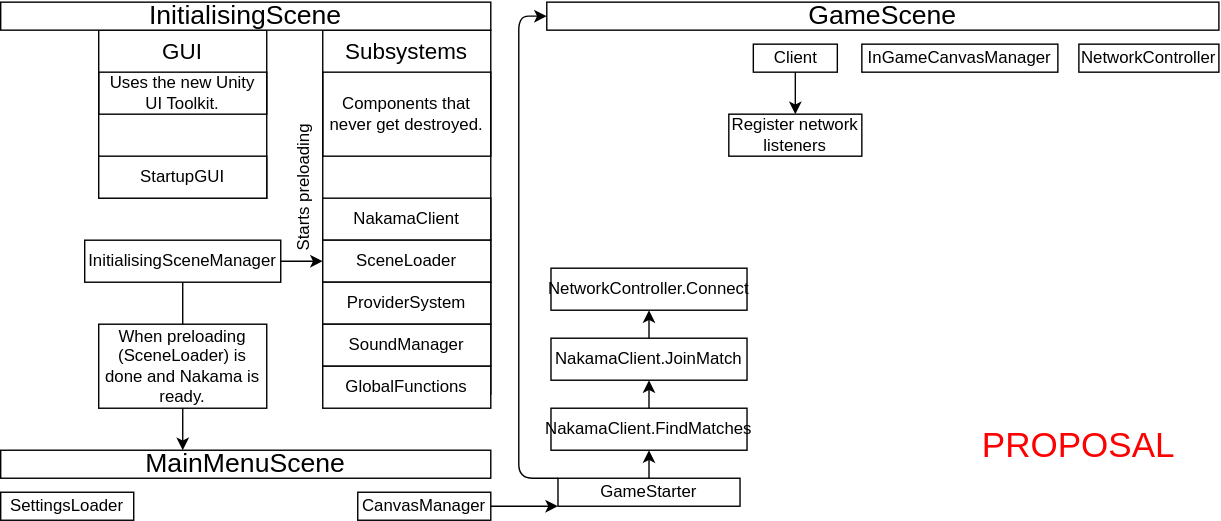
This is documentation/res/ClientArchitecture.drawio.svg from OpenHellion/openhellion.github.io, a draw.io export, as it was before one commit. Source tidied: cells renumbered, new cells last; positions are measured from the earlier drawing's top-left corner, leaving out a move shared by most shapes.
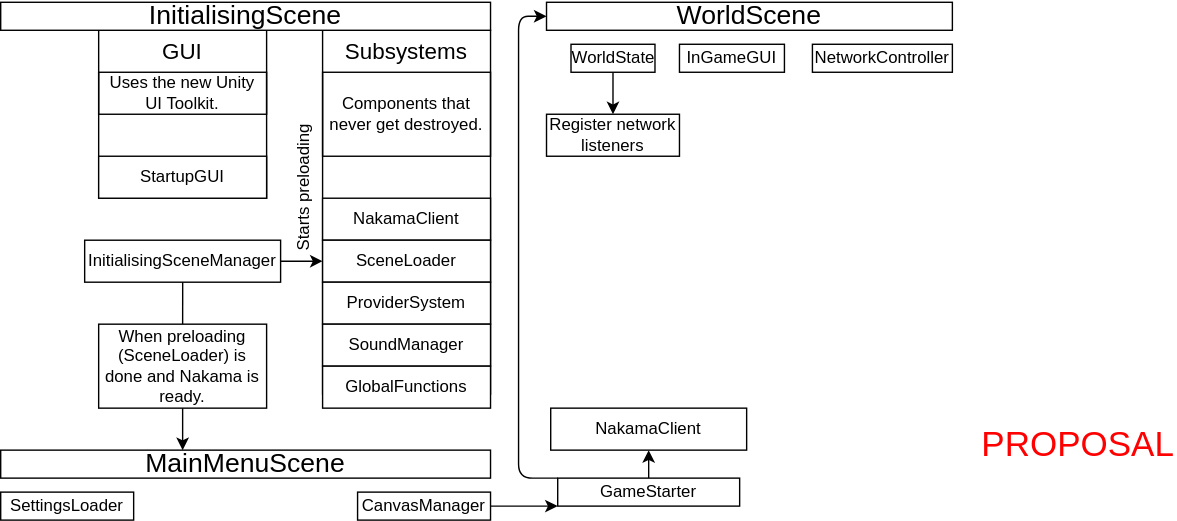
The same diagram one commit later.

Change to the diagram source:
```diff
@@ -44,8 +44,8 @@
     <mxCell id="15" value="&lt;div style=&quot;font-size: 18px;&quot;&gt;&lt;font style=&quot;font-size: 16px;&quot;&gt;GUI&lt;/font&gt;&lt;/div&gt;" style="text;html=1;strokeColor=none;fillColor=none;align=center;verticalAlign=middle;whiteSpace=wrap;rounded=0;" parent="1" vertex="1">
       <mxGeometry x="70" y="20" width="120" height="30" as="geometry" />
     </mxCell>
-    <mxCell id="16" value="&lt;font style=&quot;font-size: 19px;&quot;&gt;GameScene&lt;/font&gt;" style="rounded=0;whiteSpace=wrap;html=1;" parent="1" vertex="1">
-      <mxGeometry x="390" width="480" height="20" as="geometry" />
+    <mxCell id="16" value="&lt;span style=&quot;font-size: 19px;&quot;&gt;WorldScene&lt;/span&gt;" style="rounded=0;whiteSpace=wrap;html=1;" parent="1" vertex="1">
+      <mxGeometry x="390" width="290" height="20" as="geometry" />
     </mxCell>
     <mxCell id="17" value="&lt;font style=&quot;font-size: 25px;&quot; color=&quot;#ff0000&quot;&gt;PROPOSAL&lt;/font&gt;" style="text;html=1;strokeColor=none;fillColor=none;align=center;verticalAlign=middle;whiteSpace=wrap;rounded=0;" parent="1" vertex="1">
       <mxGeometry x="700" y="300" width="140" height="30" as="geometry" />
@@ -53,8 +53,8 @@
     <mxCell id="18" style="edgeStyle=none;html=1;exitX=0.5;exitY=1;exitDx=0;exitDy=0;entryX=0.5;entryY=0;entryDx=0;entryDy=0;" parent="1" edge="1" source="19" target="24">
       <mxGeometry relative="1" as="geometry" />
     </mxCell>
-    <mxCell id="19" value="&lt;div&gt;&lt;font style=&quot;font-size: 12px;&quot;&gt;Client&lt;/font&gt;&lt;/div&gt;" style="rounded=0;whiteSpace=wrap;html=1;" parent="1" vertex="1">
-      <mxGeometry x="537.5" y="30" width="60" height="20" as="geometry" />
+    <mxCell id="19" value="&lt;div&gt;&lt;font style=&quot;font-size: 12px;&quot;&gt;WorldState&lt;/font&gt;&lt;/div&gt;" style="rounded=0;whiteSpace=wrap;html=1;" parent="1" vertex="1">
+      <mxGeometry x="407.5" y="30" width="60" height="20" as="geometry" />
     </mxCell>
     <mxCell id="20" style="edgeStyle=orthogonalEdgeStyle;rounded=1;jettySize=auto;html=1;entryX=0.5;entryY=0;entryDx=0;entryDy=0;endArrow=none;" parent="1" edge="1" source="12" target="22">
       <mxGeometry relative="1" as="geometry" />
@@ -71,7 +71,7 @@
       <mxGeometry x="165" y="125" width="100" height="15" as="geometry" />
     </mxCell>
     <mxCell id="24" value="&lt;div&gt;&lt;font style=&quot;font-size: 12px;&quot;&gt;Register network listeners&lt;/font&gt;&lt;/div&gt;" style="rounded=0;whiteSpace=wrap;html=1;" parent="1" vertex="1">
-      <mxGeometry x="520" y="80" width="95" height="30" as="geometry" />
+      <mxGeometry x="390" y="80" width="95" height="30" as="geometry" />
     </mxCell>
     <mxCell id="25" style="edgeStyle=orthogonalEdgeStyle;html=1;exitX=0;exitY=0;exitDx=0;exitDy=0;entryX=0;entryY=0.5;entryDx=0;entryDy=0;" parent="1" edge="1" source="27" target="16">
       <mxGeometry relative="1" as="geometry">
@@ -87,21 +87,9 @@
     <mxCell id="27" value="&lt;font style=&quot;font-size: 12px;&quot;&gt;GameStarter&lt;/font&gt;" style="rounded=0;whiteSpace=wrap;html=1;" parent="1" vertex="1">
       <mxGeometry x="398" y="340" width="130" height="20" as="geometry" />
     </mxCell>
-    <mxCell id="28" style="edgeStyle=none;html=1;exitX=0.5;exitY=0;exitDx=0;exitDy=0;entryX=0.5;entryY=1;entryDx=0;entryDy=0;" parent="1" edge="1" source="29" target="32">
-      <mxGeometry relative="1" as="geometry" />
-    </mxCell>
-    <mxCell id="29" value="NakamaClient.FindMatches" style="rounded=0;whiteSpace=wrap;html=1;" parent="1" vertex="1">
+    <mxCell id="29" value="NakamaClient" style="rounded=0;whiteSpace=wrap;html=1;" parent="1" vertex="1">
       <mxGeometry x="393" y="290" width="140" height="30" as="geometry" />
     </mxCell>
-    <mxCell id="30" value="NetworkController.Connect" style="rounded=0;whiteSpace=wrap;html=1;" parent="1" vertex="1">
-      <mxGeometry x="393" y="190" width="140" height="30" as="geometry" />
-    </mxCell>
-    <mxCell id="31" style="edgeStyle=none;html=1;exitX=0.5;exitY=0;exitDx=0;exitDy=0;entryX=0.5;entryY=1;entryDx=0;entryDy=0;" parent="1" edge="1" source="32" target="30">
-      <mxGeometry relative="1" as="geometry" />
-    </mxCell>
-    <mxCell id="32" value="NakamaClient.JoinMatch" style="rounded=0;whiteSpace=wrap;html=1;" parent="1" vertex="1">
-      <mxGeometry x="393" y="240" width="140" height="30" as="geometry" />
-    </mxCell>
     <mxCell id="33" value="&lt;div&gt;&lt;font style=&quot;font-size: 12px;&quot;&gt;SettingsLoader&lt;/font&gt;&lt;/div&gt;" style="rounded=0;whiteSpace=wrap;html=1;" parent="1" vertex="1">
       <mxGeometry y="350" width="95" height="20" as="geometry" />
     </mxCell>
@@ -111,14 +99,14 @@
     <mxCell id="35" value="&lt;div&gt;&lt;font style=&quot;font-size: 12px;&quot;&gt;CanvasManager&lt;/font&gt;&lt;/div&gt;" style="rounded=0;whiteSpace=wrap;html=1;" parent="1" vertex="1">
       <mxGeometry x="255" y="350" width="95" height="20" as="geometry" />
     </mxCell>
-    <mxCell id="36" value="&lt;div&gt;&lt;font style=&quot;font-size: 12px;&quot;&gt;InGameCanvasManager&lt;/font&gt;&lt;/div&gt;" style="rounded=0;whiteSpace=wrap;html=1;" parent="1" vertex="1">
-      <mxGeometry x="615" y="30" width="140" height="20" as="geometry" />
+    <mxCell id="36" value="&lt;div&gt;&lt;font style=&quot;font-size: 12px;&quot;&gt;InGameGUI&lt;/font&gt;&lt;/div&gt;" style="rounded=0;whiteSpace=wrap;html=1;" parent="1" vertex="1">
+      <mxGeometry x="485" y="30" width="75" height="20" as="geometry" />
     </mxCell>
     <mxCell id="37" value="SoundManager" style="rounded=0;whiteSpace=wrap;html=1;" parent="1" vertex="1">
       <mxGeometry x="230" y="230" width="120" height="30" as="geometry" />
     </mxCell>
     <mxCell id="38" value="&lt;div&gt;&lt;font style=&quot;font-size: 12px;&quot;&gt;NetworkController&lt;/font&gt;&lt;/div&gt;" style="rounded=0;whiteSpace=wrap;html=1;" parent="1" vertex="1">
-      <mxGeometry x="770" y="30" width="100" height="20" as="geometry" />
+      <mxGeometry x="580" y="30" width="100" height="20" as="geometry" />
     </mxCell>
     <mxCell id="39" value="GlobalFunctions" style="rounded=0;whiteSpace=wrap;html=1;" parent="1" vertex="1">
       <mxGeometry x="230" y="260" width="120" height="30" as="geometry" />
```
